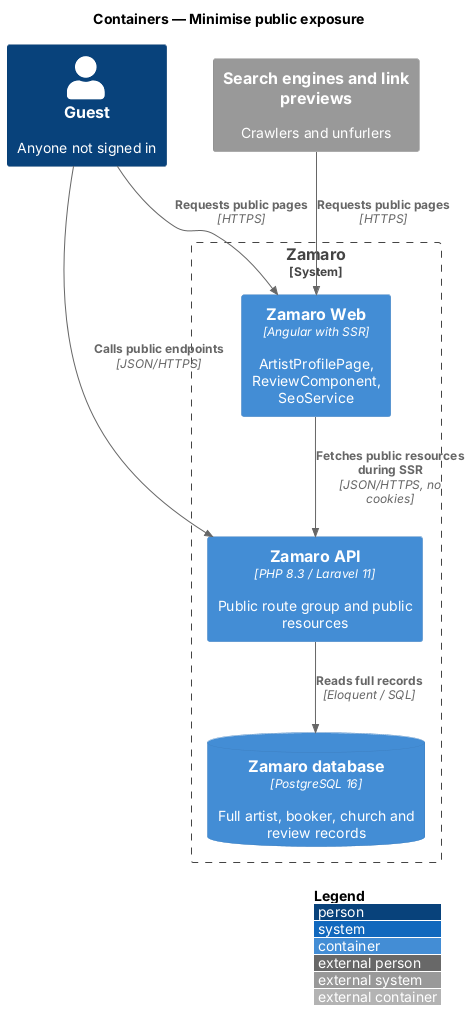
QuinntyneBrown/zamaro keeps this PlantUML diagram as docs/detailed-designs/privacy/minimise-public-exposure/diagrams/c4-container.png. Above is the earlier version.
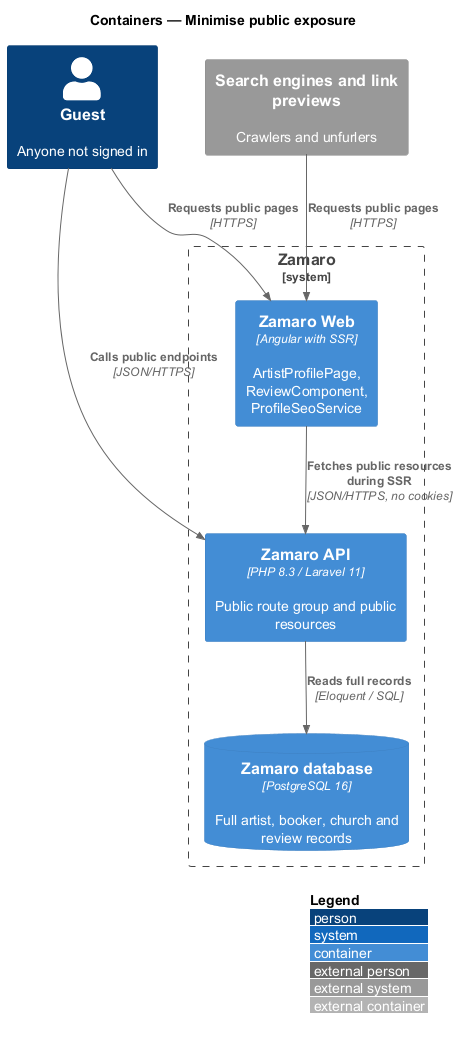
After the commit.

Change to the diagram source:
```diff
@@ -6,7 +6,7 @@
 Person(guest, "Guest", "Anyone not signed in")
 System_Ext(crawlers, "Search engines and link previews", "Crawlers and unfurlers")
 System_Boundary(zamaro, "Zamaro") {
-  Container(web, "Zamaro Web", "Angular with SSR", "ArtistProfilePage, ReviewComponent, SeoService")
+  Container(web, "Zamaro Web", "Angular with SSR", "ArtistProfilePage, ReviewComponent, ProfileSeoService")
   Container(api, "Zamaro API", "PHP 8.3 / Laravel 11", "Public route group and public resources")
   ContainerDb(db, "Zamaro database", "PostgreSQL 16", "Full artist, booker, church and review records")
 }
```
